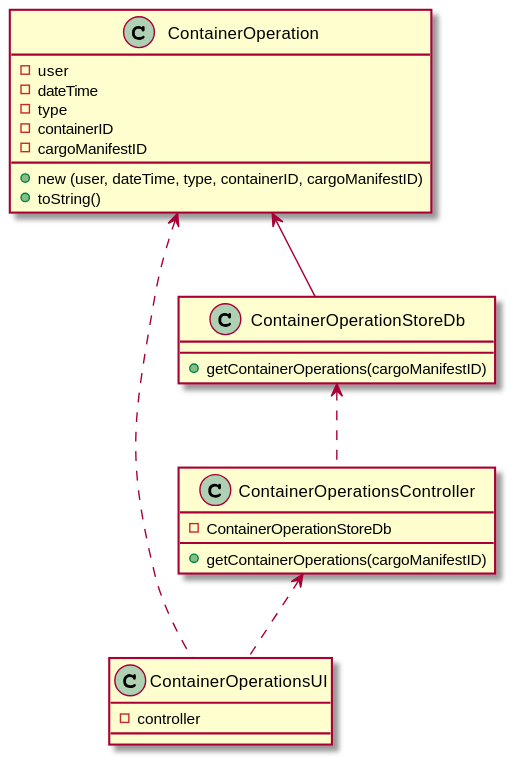
Earlier version of the PlantUML export docs/Sprint 3/US/US304/US304_CD.svg (1190772/LAB-Project-3). The source it was exported from:
```plantuml
@startuml

class ContainerOperationsUI {
- controller
}

class ContainerOperationsController {
- ContainerOperationStoreDb
+ getContainerOperations(cargoManifestID)
}

class ContainerOperationStoreDb {
+ getContainerOperations(cargoManifestID)
}

class ContainerOperation {
- user
- dateTime
- type
- containerID
- cargoManifestID
+ new (user, dateTime, type, containerID, cargoManifestID)
+ toString()
}

ContainerOperationsController <.. ContainerOperationsUI
ContainerOperationStoreDb <.. ContainerOperationsController
ContainerOperation <-- ContainerOperationStoreDb
ContainerOperation <.. ContainerOperationsUI

@enduml
```
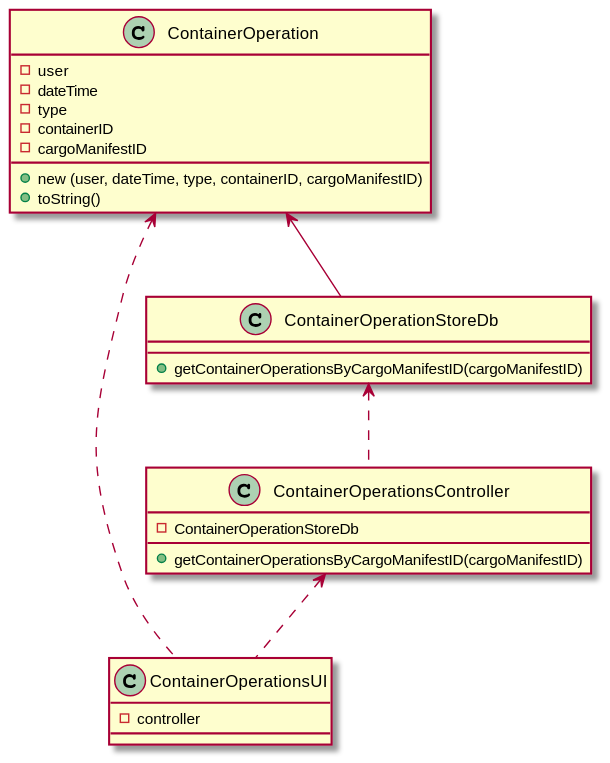
The same file after the commit.

What changed in the source:
```diff
@@ -6,11 +6,11 @@
 
 class ContainerOperationsController {
 - ContainerOperationStoreDb
-+ getContainerOperations(cargoManifestID)
++ getContainerOperationsByCargoManifestID(cargoManifestID)
 }
 
 class ContainerOperationStoreDb {
-+ getContainerOperations(cargoManifestID)
++ getContainerOperationsByCargoManifestID(cargoManifestID)
 }
 
 class ContainerOperation {
```
